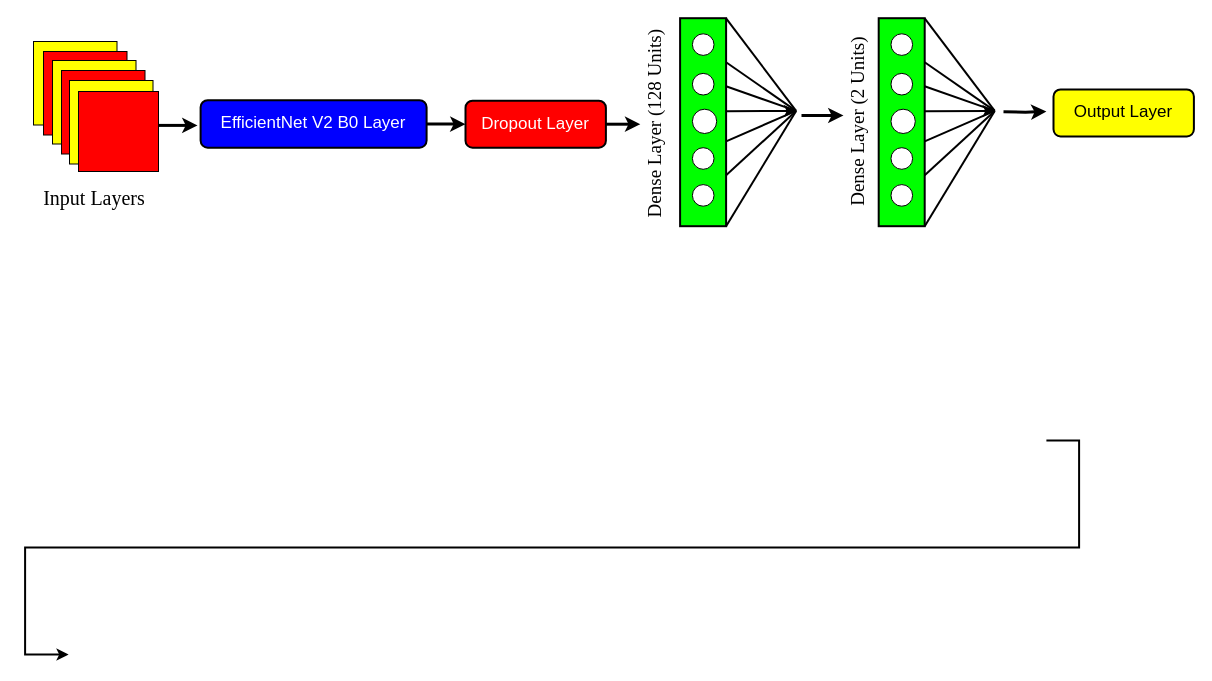
a3X3k/-Random- keeps this draw.io diagram as EfficientNet V2 B0.drawio. Above is the earlier version. Source tidied: cells renumbered, new cells numbered last; positions are measured from the earlier drawing's top-left corner, leaving out a move shared by most shapes. Both pictures are drawn from the tidied source at 100%, with x=0, y=0 at pixel (25, 18).
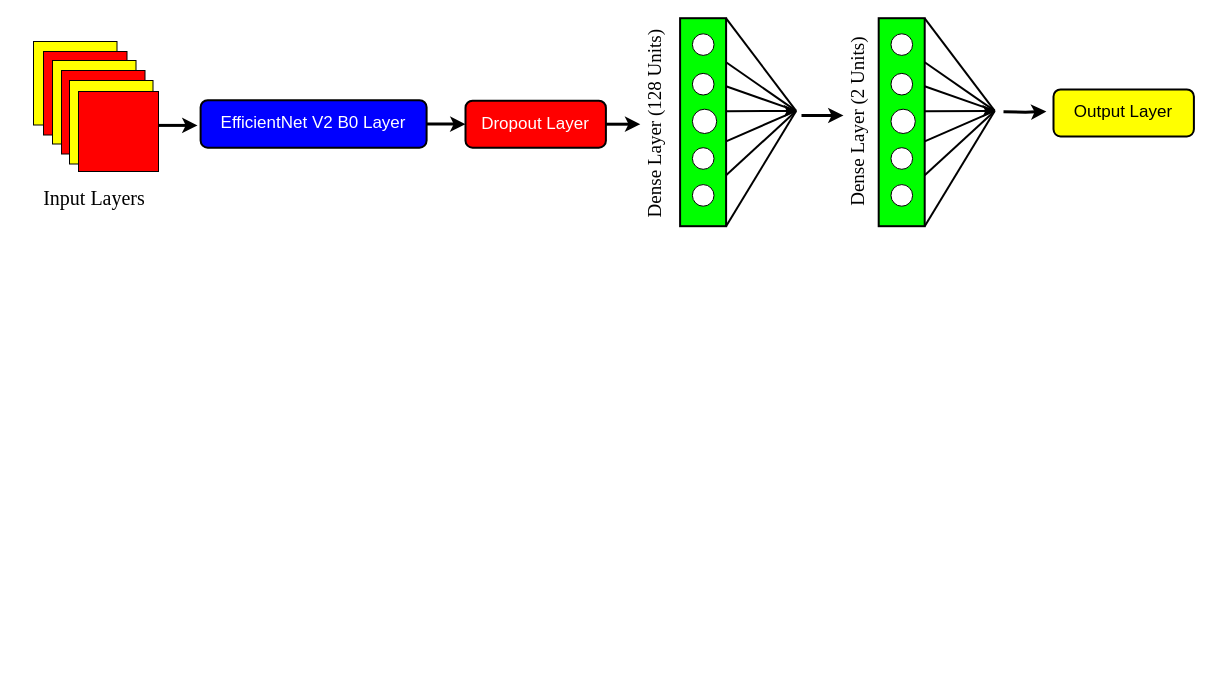
After the change.

Change to the diagram source:
```diff
@@
-    <mxCell id="27" style="edgeStyle=orthogonalEdgeStyle;rounded=0;orthogonalLoop=1;jettySize=auto;html=1;exitX=0.5;exitY=1;exitDx=0;exitDy=0;entryX=0.5;entryY=0;entryDx=0;entryDy=0;strokeWidth=2;" parent="1" edge="1">
-      <mxGeometry relative="1" as="geometry">
-        <mxPoint x="1021.9" y="423" as="sourcePoint" />
-        <mxPoint x="43.1" y="636" as="targetPoint" />
-        <Array as="points">
-          <mxPoint x="1021.6" y="422" />
-          <mxPoint x="1053.6" y="422" />
-          <mxPoint x="1053.6" y="529" />
-          <mxPoint x="-0.4" y="529" />
-          <mxPoint x="-0.4" y="636" />
-        </Array>
-      </mxGeometry>
-    </mxCell>
```
